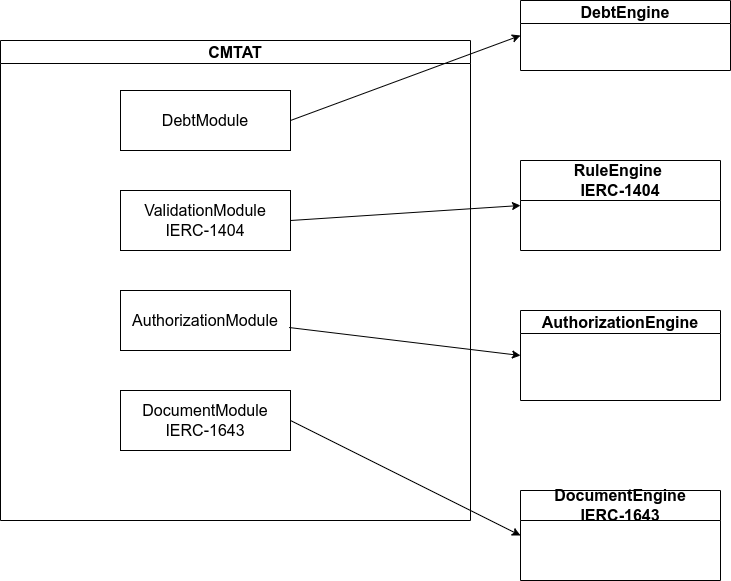
This is doc/schema/drawio/Engine-Engine.drawio.png from CMTA/CMTAT, a draw.io export, as it was before one commit. Source tidied: cells renumbered, new cells last; positions are measured from the earlier drawing's top-left corner, leaving out a move shared by most shapes.
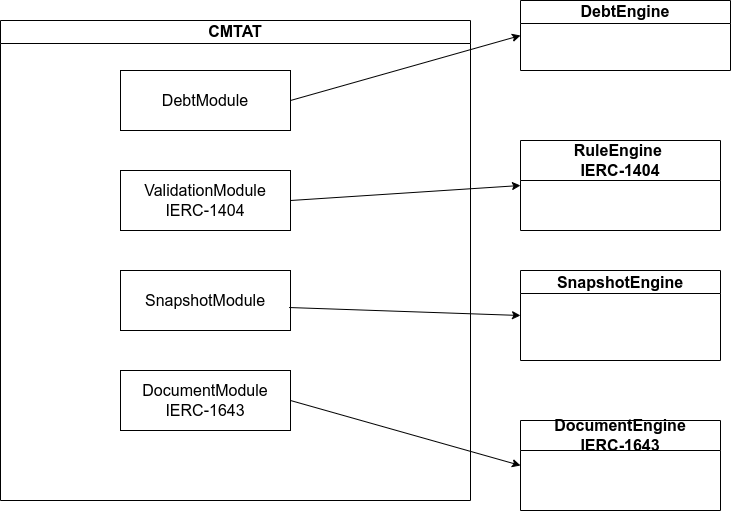
Above is the later version.

The edit, as a diff of the source:
```diff
@@ -14,20 +14,17 @@
     <mxCell id="5" value="DocumentModule&lt;br&gt;IERC-1643" style="rounded=0;whiteSpace=wrap;html=1;fontSize=16;" parent="2" vertex="1">
       <mxGeometry x="120" y="350" width="170" height="60" as="geometry" />
     </mxCell>
-    <mxCell id="6" value="AuthorizationModule" style="rounded=0;whiteSpace=wrap;html=1;fontSize=16;" parent="2" vertex="1">
+    <mxCell id="6" value="SnapshotModule" style="rounded=0;whiteSpace=wrap;html=1;fontSize=16;" parent="2" vertex="1">
       <mxGeometry x="120" y="250" width="170" height="60" as="geometry" />
     </mxCell>
     <mxCell id="7" value="DebtEngine" style="swimlane;whiteSpace=wrap;html=1;fontSize=16;" parent="1" vertex="1">
-      <mxGeometry x="520" width="210" height="70" as="geometry" />
+      <mxGeometry x="520" y="20" width="210" height="70" as="geometry" />
     </mxCell>
-    <mxCell id="8" value="RuleEngine&amp;nbsp;&lt;br style=&quot;font-size: 16px;&quot;&gt;IERC-1404" style="swimlane;whiteSpace=wrap;html=1;fontSize=16;startSize=40;" parent="7" vertex="1">
-      <mxGeometry y="160" width="200" height="90" as="geometry" />
-    </mxCell>
-    <mxCell id="9" value="AuthorizationEngine" style="swimlane;whiteSpace=wrap;html=1;fontSize=16;" parent="1" vertex="1">
-      <mxGeometry x="520" y="310" width="200" height="90" as="geometry" />
+    <mxCell id="9" value="SnapshotEngine" style="swimlane;whiteSpace=wrap;html=1;fontSize=16;" parent="1" vertex="1">
+      <mxGeometry x="520" y="290" width="200" height="90" as="geometry" />
     </mxCell>
     <mxCell id="10" value="DocumentEngine&lt;br style=&quot;font-size: 16px;&quot;&gt;IERC-1643" style="swimlane;whiteSpace=wrap;html=1;startSize=30;fontSize=16;" parent="1" vertex="1">
-      <mxGeometry x="520" y="490" width="200" height="90" as="geometry" />
+      <mxGeometry x="520" y="440" width="200" height="90" as="geometry" />
     </mxCell>
     <mxCell id="11" style="endArrow=classic;html=1;rounded=0;exitX=1;exitY=0.5;exitDx=0;exitDy=0;entryX=0;entryY=0.5;entryDx=0;entryDy=0;fontSize=16;" parent="1" edge="1" source="3" target="7">
       <mxGeometry relative="1" as="geometry" />
@@ -41,5 +38,8 @@
     <mxCell id="14" style="endArrow=classic;html=1;rounded=0;exitX=1;exitY=0.5;exitDx=0;exitDy=0;entryX=0;entryY=0.5;entryDx=0;entryDy=0;fontSize=16;" parent="1" edge="1" source="5" target="10">
       <mxGeometry relative="1" as="geometry" />
     </mxCell>
+    <mxCell id="8" value="RuleEngine&amp;nbsp;&lt;br style=&quot;font-size: 16px;&quot;&gt;IERC-1404" style="swimlane;whiteSpace=wrap;html=1;fontSize=16;startSize=40;" parent="1" vertex="1">
+      <mxGeometry x="520" y="160" width="200" height="90" as="geometry" />
+    </mxCell>
   </root>
 </mxGraphModel>
```
